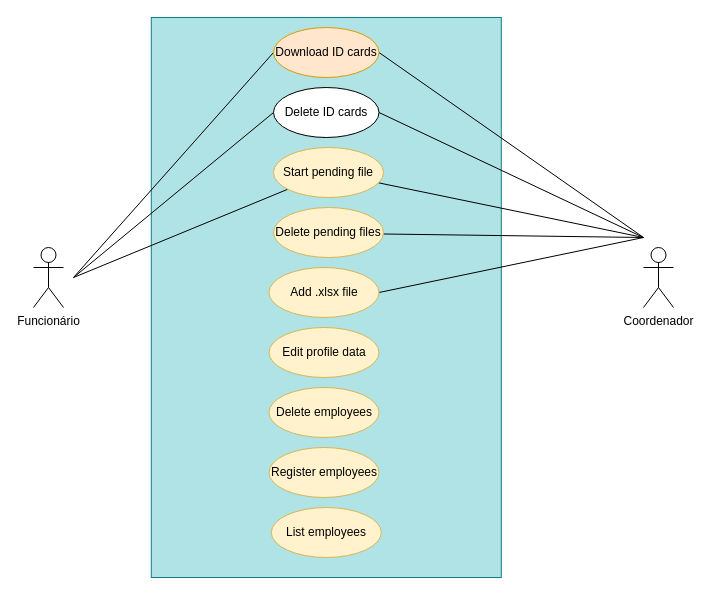
Earlier version of the draw.io diagram oi.drawio (Arthurzinho02/Blog). Source tidied: cells renumbered, new cells numbered last; positions are measured from the earlier drawing's top-left corner, leaving out a move shared by most shapes. Both pictures are drawn from the tidied source at 100%, with x=0, y=0 at pixel (33, 17).
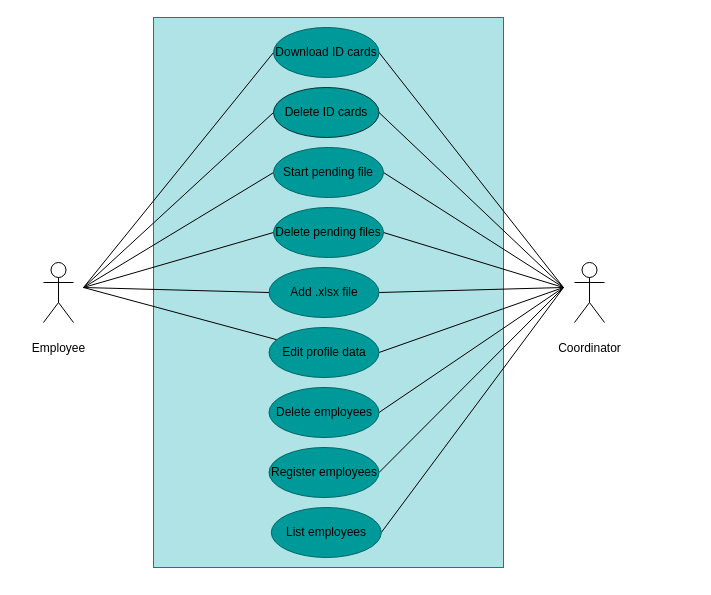
The same page after the edit.

The edit, as a diff of the source:
```diff
@@
     <mxCell id="2" style="rounded=0;whiteSpace=wrap;html=1;fillColor=#b0e3e6;strokeColor=#0e8088;" parent="1" vertex="1">
-      <mxGeometry x="117.8" width="350" height="560" as="geometry" />
+      <mxGeometry x="120" width="350" height="550" as="geometry" />
     </mxCell>
     <mxCell id="3" style="rounded=0;jettySize=auto;html=1;endArrow=none;endFill=0;entryX=0;entryY=0.5;entryDx=0;entryDy=0;" parent="1" edge="1" target="16">
       <mxGeometry relative="1" as="geometry">
-        <mxPoint x="40" y="260" as="sourcePoint" />
+        <mxPoint x="50" y="270" as="sourcePoint" />
       </mxGeometry>
     </mxCell>
     <mxCell id="4" style="rounded=0;jettySize=auto;html=1;entryX=0;entryY=0.5;entryDx=0;entryDy=0;endArrow=none;endFill=0;" parent="1" edge="1" target="17">
       <mxGeometry relative="1" as="geometry">
-        <mxPoint x="40" y="260" as="sourcePoint" />
+        <mxPoint x="50" y="270" as="sourcePoint" />
       </mxGeometry>
     </mxCell>
-    <mxCell id="5" value="Funcionário" style="shape=umlActor;verticalLabelPosition=bottom;verticalAlign=top;html=1;" parent="1" vertex="1">
-      <mxGeometry y="230" width="30" height="60" as="geometry" />
+    <mxCell id="5" value="&lt;p&gt;Employee&lt;/p&gt;" style="shape=umlActor;verticalLabelPosition=bottom;verticalAlign=top;html=1;" parent="1" vertex="1">
+      <mxGeometry x="10" y="245" width="30" height="60" as="geometry" />
     </mxCell>
     <mxCell id="6" style="rounded=0;jettySize=auto;html=1;entryX=1;entryY=0.5;entryDx=0;entryDy=0;fillColor=#f8cecc;strokeColor=#000000;endArrow=none;endFill=0;" parent="1" edge="1" target="12">
       <mxGeometry relative="1" as="geometry">
-        <mxPoint x="610" y="220" as="sourcePoint" />
+        <mxPoint x="530" y="270" as="sourcePoint" />
       </mxGeometry>
     </mxCell>
-    <mxCell id="7" style="rounded=0;jettySize=auto;html=1;endArrow=none;endFill=0;" parent="1" edge="1" target="14">
+    <mxCell id="7" style="rounded=0;jettySize=auto;html=1;endArrow=none;endFill=0;entryX=1;entryY=0.5;entryDx=0;entryDy=0;" parent="1" edge="1" target="14">
       <mxGeometry relative="1" as="geometry">
-        <mxPoint x="610" y="220" as="sourcePoint" />
+        <mxPoint x="530" y="270" as="sourcePoint" />
       </mxGeometry>
     </mxCell>
-    <mxCell id="8" style="rounded=0;jettySize=auto;html=1;entryX=0;entryY=0.5;entryDx=0;entryDy=0;endArrow=none;endFill=0;" parent="1" edge="1" target="15">
+    <mxCell id="8" style="rounded=0;jettySize=auto;html=1;entryX=1;entryY=0.5;entryDx=0;entryDy=0;endArrow=none;endFill=0;" parent="1" edge="1" target="15">
       <mxGeometry relative="1" as="geometry">
-        <mxPoint x="610" y="220" as="sourcePoint" />
+        <mxPoint x="530" y="270" as="sourcePoint" />
       </mxGeometry>
     </mxCell>
     <mxCell id="9" style="rounded=0;jettySize=auto;html=1;entryX=1;entryY=0.5;entryDx=0;entryDy=0;endArrow=none;endFill=0;" parent="1" edge="1" target="16">
       <mxGeometry relative="1" as="geometry">
-        <mxPoint x="610" y="220" as="sourcePoint" />
+        <mxPoint x="530" y="270" as="sourcePoint" />
       </mxGeometry>
     </mxCell>
     <mxCell id="10" style="rounded=0;jettySize=auto;html=1;entryX=1;entryY=0.5;entryDx=0;entryDy=0;endArrow=none;endFill=0;" parent="1" edge="1" target="17">
       <mxGeometry relative="1" as="geometry">
-        <mxPoint x="610" y="220" as="sourcePoint" />
+        <mxPoint x="530" y="270" as="sourcePoint" />
       </mxGeometry>
     </mxCell>
-    <mxCell id="11" value="Coordenador" style="shape=umlActor;verticalLabelPosition=bottom;verticalAlign=top;html=1;" parent="1" vertex="1">
-      <mxGeometry x="610" y="230" width="30" height="60" as="geometry" />
+    <mxCell id="11" value="&lt;p&gt;Coordinator&lt;/p&gt;" style="shape=umlActor;verticalLabelPosition=bottom;verticalAlign=top;html=1;" parent="1" vertex="1">
+      <mxGeometry x="541" y="245" width="30" height="60" as="geometry" />
     </mxCell>
+    <mxCell id="22" style="rounded=0;jettySize=auto;html=1;exitX=0;exitY=0.5;exitDx=0;exitDy=0;endArrow=none;endFill=0;" parent="1" edge="1" source="12">
+      <mxGeometry relative="1" as="geometry">
+        <mxPoint x="50" y="270" as="targetPoint" />
+      </mxGeometry>
+    </mxCell>
-    <mxCell id="12" value="Add .xlsx file" style="ellipse;whiteSpace=wrap;html=1;fillColor=#fff2cc;strokeColor=#d6b656;" parent="1" vertex="1">
+    <mxCell id="12" value="Add .xlsx file" style="ellipse;whiteSpace=wrap;html=1;fillColor=#009999;strokeColor=#006666;" parent="1" vertex="1">
       <mxGeometry x="235.5" y="250" width="110" height="50" as="geometry" />
     </mxCell>
-    <mxCell id="13" style="rounded=0;jettySize=auto;html=1;endArrow=none;endFill=0;" parent="1" edge="1" source="14">
+    <mxCell id="13" style="rounded=0;jettySize=auto;html=1;endArrow=none;endFill=0;exitX=0;exitY=0.5;exitDx=0;exitDy=0;" parent="1" edge="1" source="14">
       <mxGeometry relative="1" as="geometry">
-        <mxPoint x="40" y="260" as="targetPoint" />
+        <mxPoint x="50" y="270" as="targetPoint" />
       </mxGeometry>
     </mxCell>
-    <mxCell id="14" value="Start pending file" style="ellipse;whiteSpace=wrap;html=1;fillColor=#fff2cc;strokeColor=#d6b656;" parent="1" vertex="1">
+    <mxCell id="14" value="Start pending file" style="ellipse;whiteSpace=wrap;html=1;fillColor=#009999;strokeColor=#006666;" parent="1" vertex="1">
       <mxGeometry x="240" y="130" width="110" height="50" as="geometry" />
     </mxCell>
+    <mxCell id="23" style="rounded=0;jettySize=auto;html=1;endArrow=none;endFill=0;exitX=0;exitY=0.5;exitDx=0;exitDy=0;" parent="1" edge="1" source="15">
+      <mxGeometry relative="1" as="geometry">
+        <mxPoint x="50" y="270" as="targetPoint" />
+      </mxGeometry>
+    </mxCell>
-    <mxCell id="15" value="Delete pending files" style="ellipse;whiteSpace=wrap;html=1;fillColor=#fff2cc;strokeColor=#d6b656;" parent="1" vertex="1">
+    <mxCell id="15" value="Delete pending files" style="ellipse;whiteSpace=wrap;html=1;fillColor=#009999;strokeColor=#006666;" parent="1" vertex="1">
       <mxGeometry x="240" y="190" width="110" height="50" as="geometry" />
     </mxCell>
-    <mxCell id="16" value="Download ID cards" style="ellipse;whiteSpace=wrap;html=1;fillColor=#ffe6cc;strokeColor=#d79b00;" parent="1" vertex="1">
+    <mxCell id="16" value="Download ID cards" style="ellipse;whiteSpace=wrap;html=1;fillColor=#009999;strokeColor=#006666;" parent="1" vertex="1">
       <mxGeometry x="240" y="10" width="105.5" height="50" as="geometry" />
     </mxCell>
-    <mxCell id="17" value="Delete ID cards" style="ellipse;whiteSpace=wrap;html=1;" parent="1" vertex="1">
+    <mxCell id="17" value="Delete ID cards" style="ellipse;whiteSpace=wrap;html=1;fillColor=#009999;strokeColor=#003333;" parent="1" vertex="1">
       <mxGeometry x="240" y="70" width="105.5" height="50" as="geometry" />
     </mxCell>
+    <mxCell id="24" style="rounded=0;jettySize=auto;html=1;endArrow=none;endFill=0;" parent="1" edge="1" source="18">
+      <mxGeometry relative="1" as="geometry">
+        <mxPoint x="50" y="270" as="targetPoint" />
+      </mxGeometry>
+    </mxCell>
+    <mxCell id="25" style="rounded=0;jettySize=auto;html=1;exitX=1;exitY=0.5;exitDx=0;exitDy=0;endArrow=none;endFill=0;" parent="1" edge="1" source="18">
+      <mxGeometry relative="1" as="geometry">
+        <mxPoint x="530" y="270" as="targetPoint" />
+      </mxGeometry>
+    </mxCell>
-    <mxCell id="18" value="Edit profile data" style="ellipse;whiteSpace=wrap;html=1;fillColor=#fff2cc;strokeColor=#d6b656;" parent="1" vertex="1">
+    <mxCell id="18" value="Edit profile data" style="ellipse;whiteSpace=wrap;html=1;fillColor=#009999;strokeColor=#006666;" parent="1" vertex="1">
       <mxGeometry x="235.5" y="310" width="110" height="50" as="geometry" />
     </mxCell>
+    <mxCell id="26" style="rounded=0;jettySize=auto;html=1;endArrow=none;endFill=0;exitX=1;exitY=0.5;exitDx=0;exitDy=0;" parent="1" edge="1" source="19">
+      <mxGeometry relative="1" as="geometry">
+        <mxPoint x="530" y="270" as="targetPoint" />
+      </mxGeometry>
+    </mxCell>
-    <mxCell id="19" value="Delete employees" style="ellipse;whiteSpace=wrap;html=1;fillColor=#fff2cc;strokeColor=#d6b656;" parent="1" vertex="1">
+    <mxCell id="19" value="Delete employees" style="ellipse;whiteSpace=wrap;html=1;fillColor=#009999;strokeColor=#006666;" parent="1" vertex="1">
       <mxGeometry x="235.5" y="370" width="110" height="50" as="geometry" />
     </mxCell>
+    <mxCell id="27" style="rounded=0;jettySize=auto;html=1;exitX=1;exitY=0.5;exitDx=0;exitDy=0;endArrow=none;endFill=0;" parent="1" edge="1" source="20">
+      <mxGeometry relative="1" as="geometry">
+        <mxPoint x="530" y="270" as="targetPoint" />
+      </mxGeometry>
+    </mxCell>
-    <mxCell id="20" value="Register employees" style="ellipse;whiteSpace=wrap;html=1;fillColor=#fff2cc;strokeColor=#d6b656;" parent="1" vertex="1">
+    <mxCell id="20" value="Register employees" style="ellipse;whiteSpace=wrap;html=1;fillColor=#009999;strokeColor=#006666;" parent="1" vertex="1">
       <mxGeometry x="235.5" y="430" width="110" height="50" as="geometry" />
     </mxCell>
+    <mxCell id="28" style="rounded=0;jettySize=auto;html=1;exitX=1;exitY=0.5;exitDx=0;exitDy=0;endArrow=none;endFill=0;" parent="1" edge="1" source="21">
+      <mxGeometry relative="1" as="geometry">
+        <mxPoint x="530" y="270" as="targetPoint" />
+      </mxGeometry>
+    </mxCell>
-    <mxCell id="21" value="List employees" style="ellipse;whiteSpace=wrap;html=1;fillColor=#fff2cc;strokeColor=#d6b656;" parent="1" vertex="1">
+    <mxCell id="21" value="List employees" style="ellipse;whiteSpace=wrap;html=1;fillColor=#009999;strokeColor=#006666;" parent="1" vertex="1">
       <mxGeometry x="237.8" y="490" width="110" height="50" as="geometry" />
     </mxCell>
```
